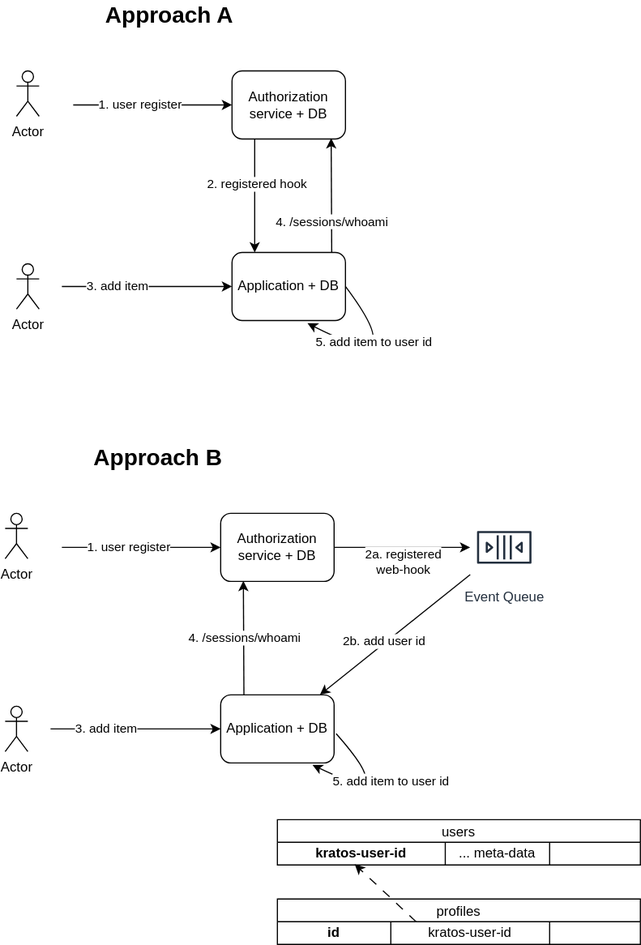
Before: docs/application-user-integration.drawio.svg, a diagram exported from draw.io (szn-app/donation-app). Source tidied: cells renumbered, new cells last; positions are measured from the earlier drawing's top-left corner, leaving out a move shared by most shapes.
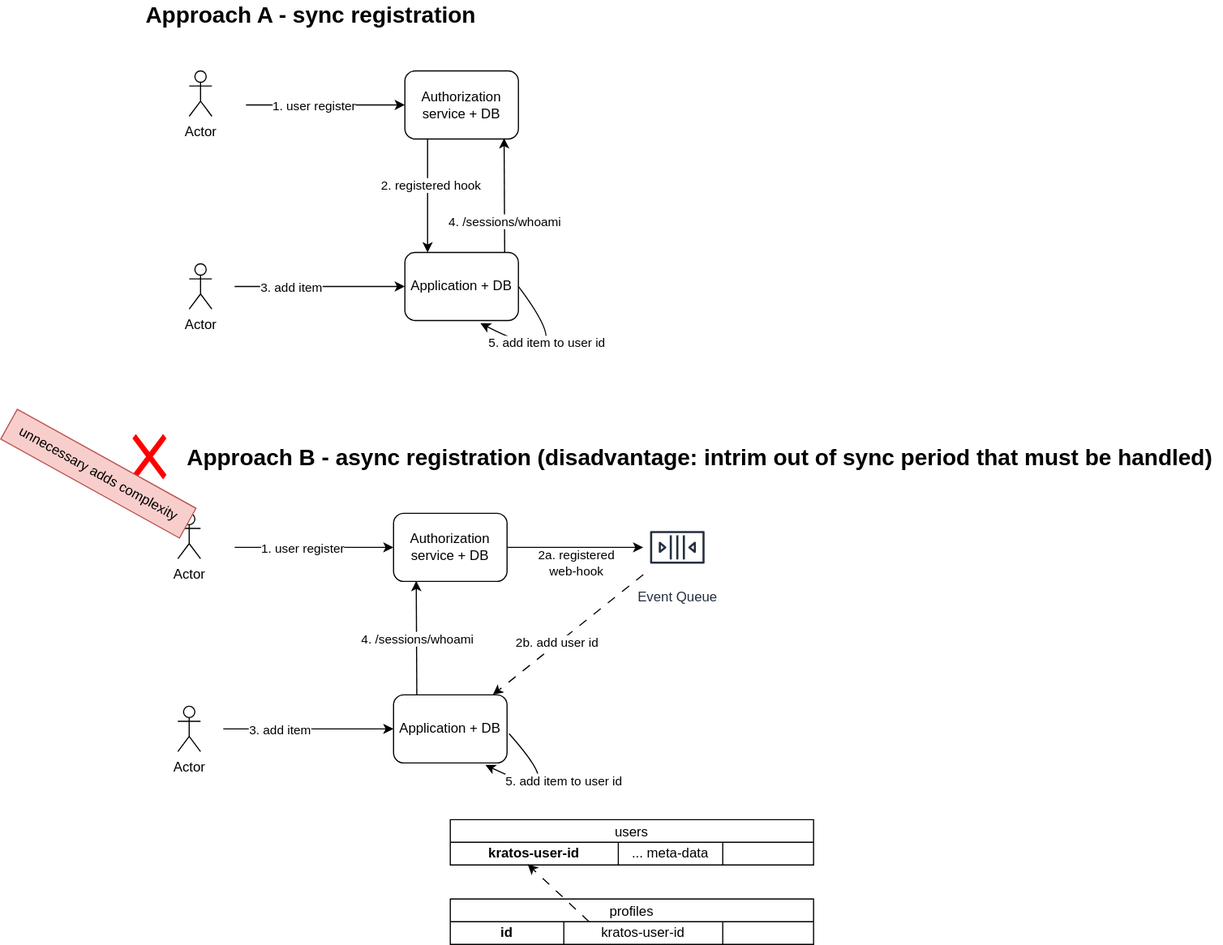
After the commit.

Diff of the diagram source:
```diff
@@ -57,8 +57,8 @@
     <mxCell id="15" value="Actor" style="shape=umlActor;verticalLabelPosition=bottom;verticalAlign=top;html=1;" parent="1" vertex="1">
       <mxGeometry x="10" y="230" width="20" height="40" as="geometry" />
     </mxCell>
-    <mxCell id="16" value="&lt;b&gt;&lt;font style=&quot;font-size: 20px;&quot;&gt;Approach A&lt;/font&gt;&lt;/b&gt;" style="text;html=1;align=center;verticalAlign=middle;whiteSpace=wrap;rounded=0;" parent="1" vertex="1">
-      <mxGeometry x="40" width="210" height="20" as="geometry" />
+    <mxCell id="16" value="&lt;b&gt;&lt;font style=&quot;font-size: 20px;&quot;&gt;Approach A - sync registration&lt;/font&gt;&lt;/b&gt;" style="text;html=1;align=left;verticalAlign=middle;whiteSpace=wrap;rounded=0;" parent="1" vertex="1">
+      <mxGeometry x="-30" width="900" height="20" as="geometry" />
     </mxCell>
     <mxCell id="17" value="Authorization service + DB" style="rounded=1;whiteSpace=wrap;html=1;" parent="1" vertex="1">
       <mxGeometry x="190" y="450" width="100" height="60" as="geometry" />
@@ -119,13 +119,13 @@
     <mxCell id="30" value="Actor" style="shape=umlActor;verticalLabelPosition=bottom;verticalAlign=top;html=1;" parent="1" vertex="1">
       <mxGeometry y="620" width="20" height="40" as="geometry" />
     </mxCell>
-    <mxCell id="31" value="&lt;b&gt;&lt;font style=&quot;font-size: 20px;&quot;&gt;Approach B&lt;/font&gt;&lt;/b&gt;" style="text;html=1;align=center;verticalAlign=middle;whiteSpace=wrap;rounded=0;" parent="1" vertex="1">
-      <mxGeometry x="30" y="390" width="210" height="20" as="geometry" />
+    <mxCell id="31" value="&lt;b&gt;&lt;font style=&quot;font-size: 20px;&quot;&gt;Approach B - async registration (disadvantage: intrim out of sync period that must be handled)&lt;/font&gt;&lt;/b&gt;" style="text;html=1;align=center;verticalAlign=middle;whiteSpace=wrap;rounded=0;" parent="1" vertex="1">
+      <mxGeometry y="390" width="920" height="20" as="geometry" />
     </mxCell>
     <mxCell id="32" value="Event Queue" style="sketch=0;outlineConnect=0;fontColor=#232F3E;gradientColor=none;strokeColor=#232F3E;fillColor=#ffffff;dashed=0;verticalLabelPosition=bottom;verticalAlign=top;align=center;html=1;fontSize=12;fontStyle=0;shape=mxgraph.aws4.resourceIcon;resIcon=mxgraph.aws4.queue;" parent="1" vertex="1">
       <mxGeometry x="410" y="450" width="60" height="60" as="geometry" />
     </mxCell>
-    <mxCell id="33" style="endArrow=classic;html=1;" parent="1" edge="1" source="32" target="18">
+    <mxCell id="33" style="endArrow=classic;html=1;dashed=1;dashPattern=8 8;" parent="1" edge="1" source="32" target="18">
       <mxGeometry relative="1" as="geometry" />
     </mxCell>
     <mxCell id="34" value="2b. add user id" style="edgeLabel;html=1;align=center;verticalAlign=middle;" parent="33" vertex="1">
@@ -164,5 +164,11 @@
     <mxCell id="45" style="endArrow=classic;html=1;entryX=0.213;entryY=0.965;entryDx=0;entryDy=0;entryPerimeter=0;exitX=0.382;exitY=-0.003;exitDx=0;exitDy=0;exitPerimeter=0;dashed=1;dashPattern=8 8;" parent="1" edge="1" source="41" target="36">
       <mxGeometry relative="1" as="geometry" />
     </mxCell>
+    <mxCell id="46" style="shape=mxgraph.mockup.markup.redX;fillColor=#ff0000;html=1;shadow=0;whiteSpace=wrap;strokeColor=none;" parent="1" vertex="1">
+      <mxGeometry x="-40" y="380" width="30" height="40" as="geometry" />
+    </mxCell>
+    <mxCell id="47" value="unnecessary adds complexity" style="text;html=1;align=center;verticalAlign=middle;strokeColor=#b85450;fillColor=#f8cecc;rotation=29;" parent="1" vertex="1">
+      <mxGeometry x="-160" y="400" width="180" height="30" as="geometry" />
+    </mxCell>
   </root>
 </mxGraphModel>
```
